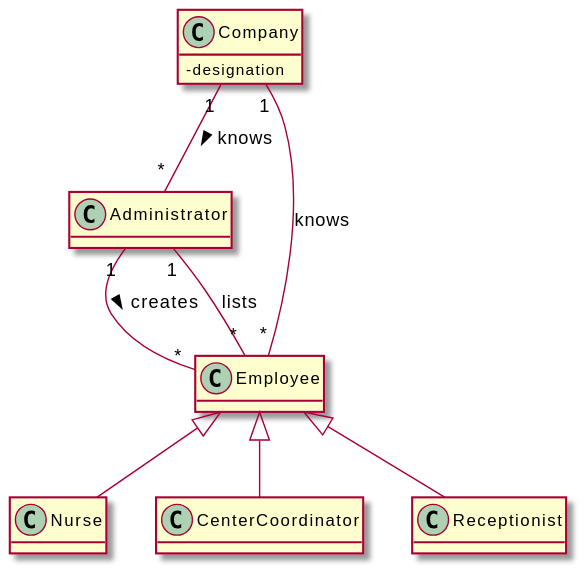
Before: docs/SprintB/US11/DM/US11_DM.svg, a diagram exported from PlantUML (miseEnPlace-i/lapr2).
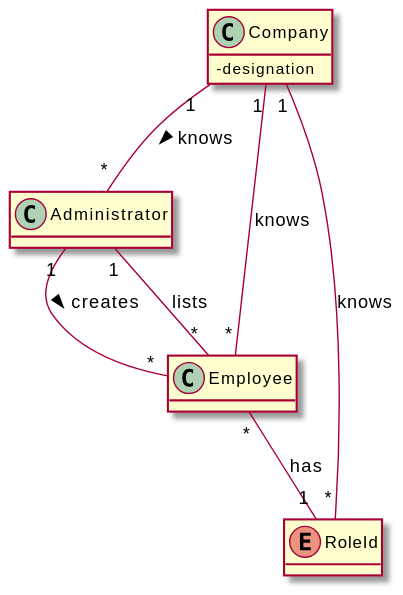
After the change.

Commit message:
docs(US11): removed superclass & used enum to employee roles

Change to the diagram source:
```diff
@@ -11,14 +11,15 @@
   - designation
 }
 
+enum RoleId {}
+
 Administrator "1" -- "*" Employee : creates >
 Administrator "1" -- "*" Employee : lists
 
 Company "1" -- "*" Administrator : knows  >
 Company "1" -- "*" Employee : knows
 
-Employee <|-- Nurse
-Employee <|-- CenterCoordinator
-Employee <|-- Receptionist
+Company "1" -- "*" RoleId : knows
+Employee "*" -- "1" RoleId : has
 
 @enduml
```
